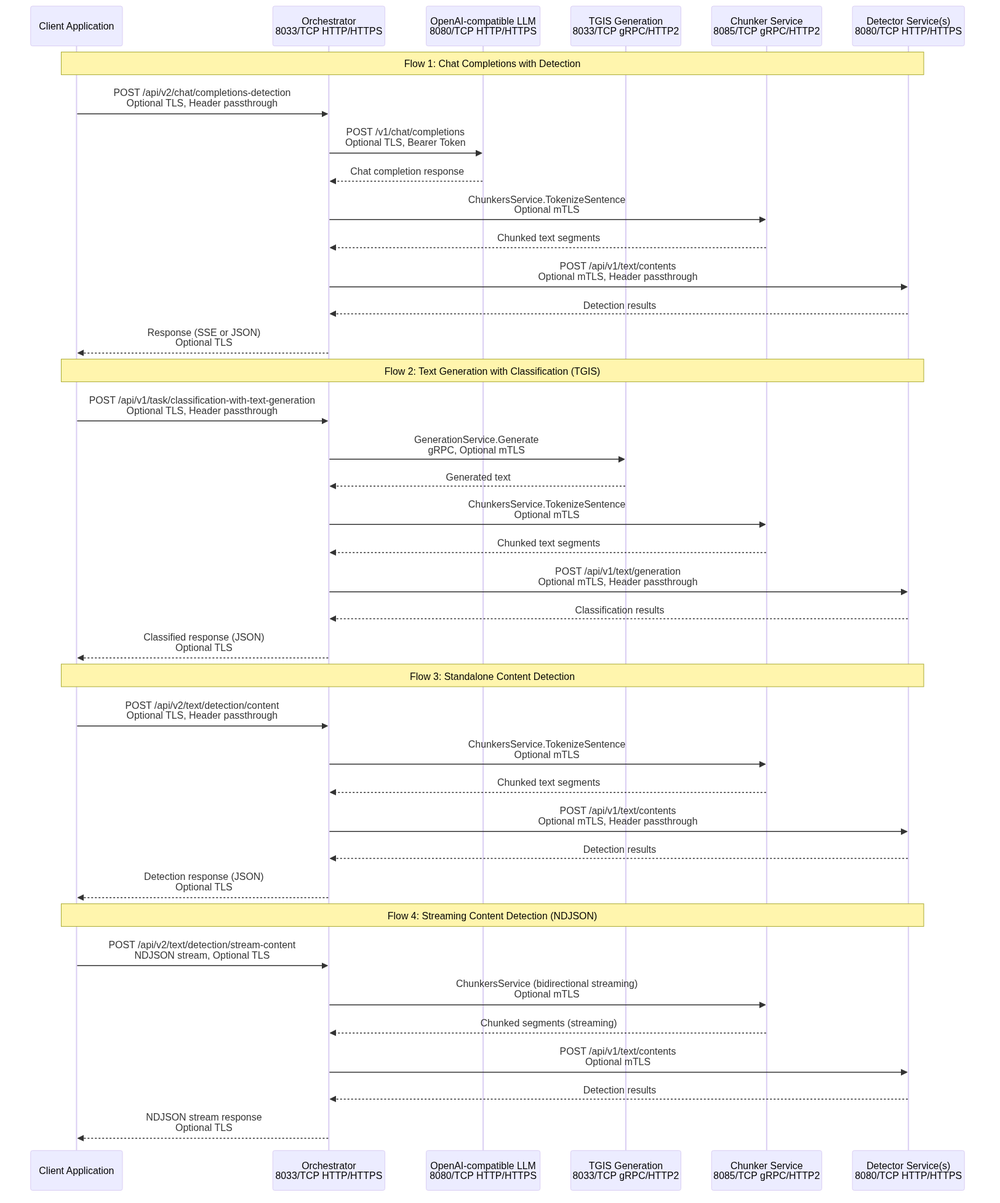
Earlier version of the Mermaid export architecture/rhoai-3.4-ea.2/diagrams/fms-guardrails-orchestrator-dataflow.png (rhuss/architecture-context). Its source is kept beside it as architecture/rhoai-3.4-ea.2/diagrams/fms-guardrails-orchestrator-dataflow.mmd.
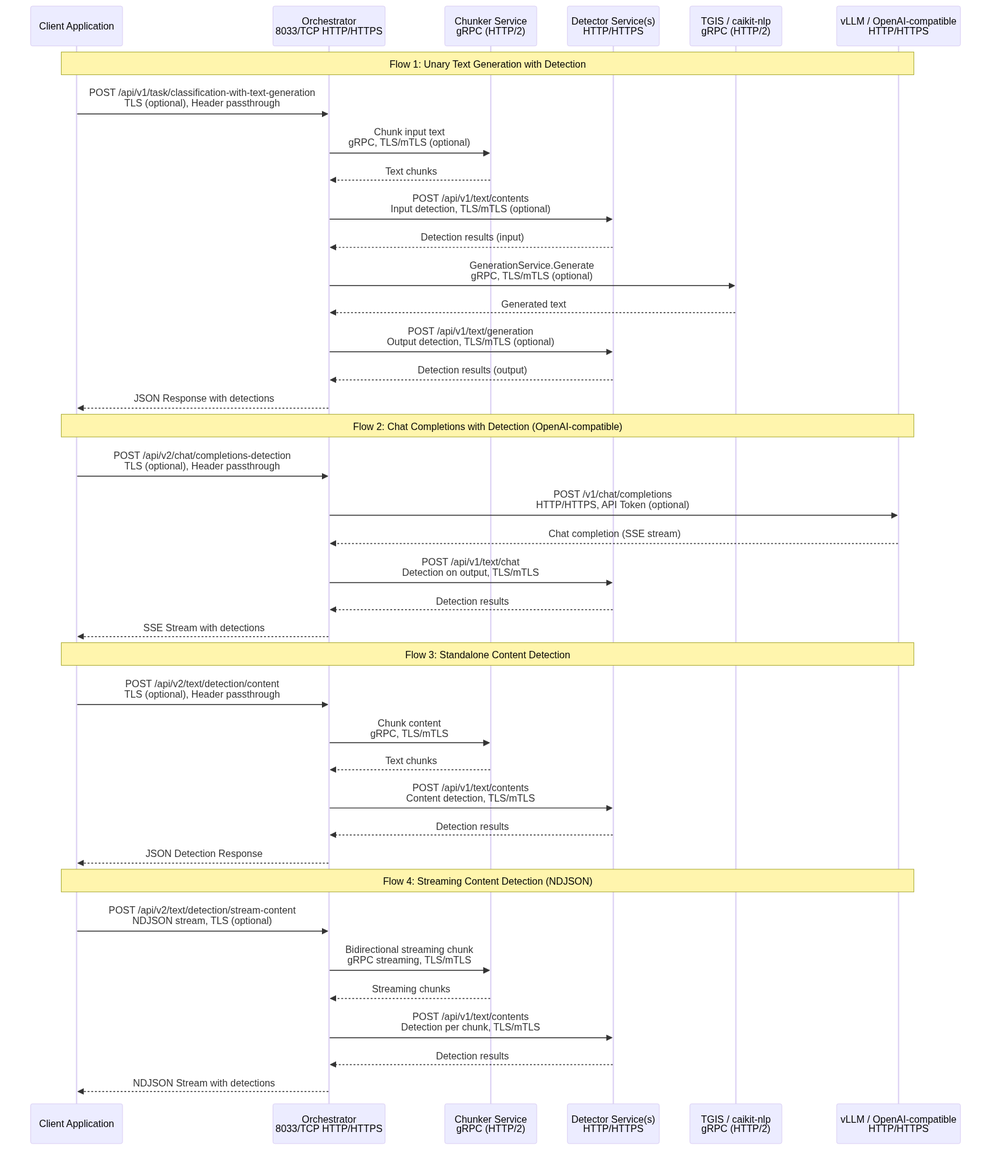
After the change.

Change to the diagram source:
```diff
@@ -2,43 +2,47 @@
 sequenceDiagram
     participant Client as Client Application
     participant Orch as Orchestrator<br/>8033/TCP HTTP/HTTPS
-    participant LLM as OpenAI-compatible LLM<br/>8080/TCP HTTP/HTTPS
-    participant TGIS as TGIS Generation<br/>8033/TCP gRPC/HTTP2
-    participant Chunker as Chunker Service<br/>8085/TCP gRPC/HTTP2
-    participant Detector as Detector Service(s)<br/>8080/TCP HTTP/HTTPS
+    participant Chunker as Chunker Service<br/>gRPC (HTTP/2)
+    participant Detector as Detector Service(s)<br/>HTTP/HTTPS
+    participant TGIS as TGIS / caikit-nlp<br/>gRPC (HTTP/2)
+    participant vLLM as vLLM / OpenAI-compatible<br/>HTTP/HTTPS
 
-    Note over Client, Detector: Flow 1: Chat Completions with Detection
-    Client->>Orch: POST /api/v2/chat/completions-detection<br/>Optional TLS, Header passthrough
-    Orch->>LLM: POST /v1/chat/completions<br/>Optional TLS, Bearer Token
-    LLM-->>Orch: Chat completion response
-    Orch->>Chunker: ChunkersService.TokenizeSentence<br/>Optional mTLS
-    Chunker-->>Orch: Chunked text segments
-    Orch->>Detector: POST /api/v1/text/contents<br/>Optional mTLS, Header passthrough
+    Note over Client,vLLM: Flow 1: Unary Text Generation with Detection
+
+    Client->>Orch: POST /api/v1/task/classification-with-text-generation<br/>TLS (optional), Header passthrough
+    Orch->>Chunker: Chunk input text<br/>gRPC, TLS/mTLS (optional)
+    Chunker-->>Orch: Text chunks
+    Orch->>Detector: POST /api/v1/text/contents<br/>Input detection, TLS/mTLS (optional)
+    Detector-->>Orch: Detection results (input)
+    Orch->>TGIS: GenerationService.Generate<br/>gRPC, TLS/mTLS (optional)
+    TGIS-->>Orch: Generated text
+    Orch->>Detector: POST /api/v1/text/generation<br/>Output detection, TLS/mTLS (optional)
+    Detector-->>Orch: Detection results (output)
+    Orch-->>Client: JSON Response with detections
+
+    Note over Client,vLLM: Flow 2: Chat Completions with Detection (OpenAI-compatible)
+
+    Client->>Orch: POST /api/v2/chat/completions-detection<br/>TLS (optional), Header passthrough
+    Orch->>vLLM: POST /v1/chat/completions<br/>HTTP/HTTPS, API Token (optional)
+    vLLM-->>Orch: Chat completion (SSE stream)
+    Orch->>Detector: POST /api/v1/text/chat<br/>Detection on output, TLS/mTLS
     Detector-->>Orch: Detection results
-    Orch-->>Client: Response (SSE or JSON)<br/>Optional TLS
+    Orch-->>Client: SSE Stream with detections
 
-    Note over Client, Detector: Flow 2: Text Generation with Classification (TGIS)
-    Client->>Orch: POST /api/v1/task/classification-with-text-generation<br/>Optional TLS, Header passthrough
-    Orch->>TGIS: GenerationService.Generate<br/>gRPC, Optional mTLS
-    TGIS-->>Orch: Generated text
-    Orch->>Chunker: ChunkersService.TokenizeSentence<br/>Optional mTLS
-    Chunker-->>Orch: Chunked text segments
-    Orch->>Detector: POST /api/v1/text/generation<br/>Optional mTLS, Header passthrough
-    Detector-->>Orch: Classification results
-    Orch-->>Client: Classified response (JSON)<br/>Optional TLS
+    Note over Client,vLLM: Flow 3: Standalone Content Detection
 
-    Note over Client, Detector: Flow 3: Standalone Content Detection
-    Client->>Orch: POST /api/v2/text/detection/content<br/>Optional TLS, Header passthrough
-    Orch->>Chunker: ChunkersService.TokenizeSentence<br/>Optional mTLS
-    Chunker-->>Orch: Chunked text segments
-    Orch->>Detector: POST /api/v1/text/contents<br/>Optional mTLS, Header passthrough
+    Client->>Orch: POST /api/v2/text/detection/content<br/>TLS (optional), Header passthrough
+    Orch->>Chunker: Chunk content<br/>gRPC, TLS/mTLS
+    Chunker-->>Orch: Text chunks
+    Orch->>Detector: POST /api/v1/text/contents<br/>Content detection, TLS/mTLS
     Detector-->>Orch: Detection results
-    Orch-->>Client: Detection response (JSON)<br/>Optional TLS
+    Orch-->>Client: JSON Detection Response
 
-    Note over Client, Detector: Flow 4: Streaming Content Detection (NDJSON)
-    Client->>Orch: POST /api/v2/text/detection/stream-content<br/>NDJSON stream, Optional TLS
-    Orch->>Chunker: ChunkersService (bidirectional streaming)<br/>Optional mTLS
-    Chunker-->>Orch: Chunked segments (streaming)
-    Orch->>Detector: POST /api/v1/text/contents<br/>Optional mTLS
+    Note over Client,vLLM: Flow 4: Streaming Content Detection (NDJSON)
+
+    Client->>Orch: POST /api/v2/text/detection/stream-content<br/>NDJSON stream, TLS (optional)
+    Orch->>Chunker: Bidirectional streaming chunk<br/>gRPC streaming, TLS/mTLS
+    Chunker-->>Orch: Streaming chunks
+    Orch->>Detector: POST /api/v1/text/contents<br/>Detection per chunk, TLS/mTLS
     Detector-->>Orch: Detection results
-    Orch-->>Client: NDJSON stream response<br/>Optional TLS
+    Orch-->>Client: NDJSON Stream with detections
```
